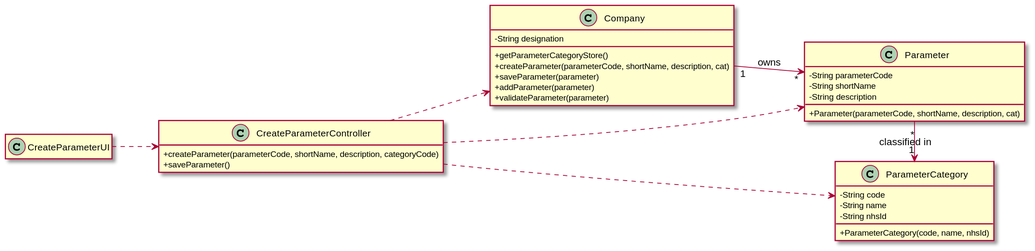
Above: docs/SprintB/US_10/US010_CD.svg in ana-albergaria/LAPR2-ISEP (PlantUML), before the change.
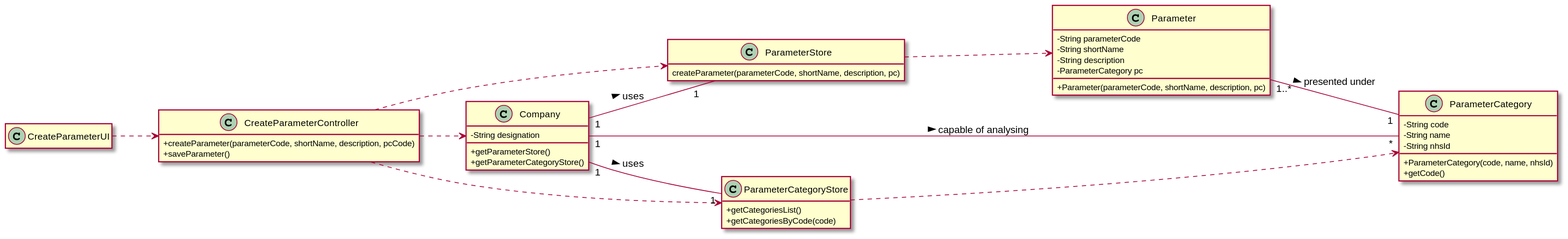
The same file after the commit.

Commit message:
Corrected US10 CD and Continued US10 Code.

Change to the diagram source:
```diff
@@ -5,12 +5,21 @@
 skinparam classAttributeIconSize 0
 
 
+class ParameterCategoryStore {
+    +getCategoriesList()
+    +getCategoriesByCode(code)
+}
+
+class ParameterStore {
+    createParameter(parameterCode, shortName, description, pc)
+}
 
 class Parameter {
   -String parameterCode
   -String shortName
   -String description
-  +Parameter(parameterCode, shortName, description, cat)
+  -ParameterCategory pc
+  +Parameter(parameterCode, shortName, description, pc)
 }
 
 class ParameterCategory {
@@ -18,20 +27,17 @@
    -String name
    -String nhsId
    +ParameterCategory(code, name, nhsId)
+   +getCode()
 }
 
 class Company {
   -String designation
+  +getParameterStore()
   +getParameterCategoryStore()
-  +createParameter(parameterCode, shortName, description, cat)
-  +saveParameter(parameter)
-  +addParameter(parameter)
-  +validateParameter(parameter)
 }
 
-
 class CreateParameterController {
-  +createParameter(parameterCode, shortName, description, categoryCode)
+  +createParameter(parameterCode, shortName, description, pcCode)
   +saveParameter()
 }
 
@@ -40,11 +46,15 @@
 }
 
 CreateParameterUI ..> CreateParameterController
-CreateParameterController ..> ParameterCategory
-CreateParameterController ..> Parameter
+CreateParameterController ..> ParameterStore
 CreateParameterController ..> Company
-Parameter "*" -> "1" ParameterCategory : classified in
-Company "1" --> "*" Parameter : owns
+CreateParameterController ..> ParameterCategoryStore
+ParameterStore ..> Parameter
+ParameterCategoryStore ..> ParameterCategory
+Company "1" -- "1" ParameterStore : uses >
+Company "1" -- "1" ParameterCategoryStore : uses >
+Company "1" -- "*" ParameterCategory : capable of analysing >
+Parameter "1..*" -- "1" ParameterCategory : presented under >
 
 
 @enduml
```
